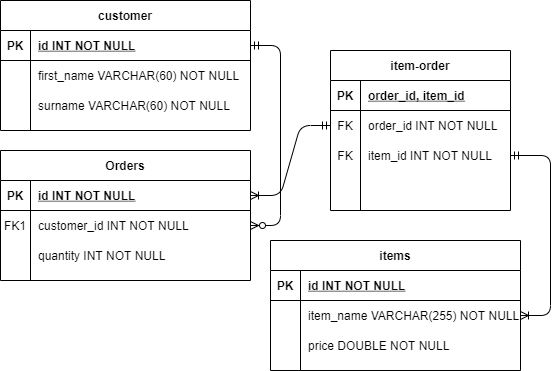
This is documents/ERD.png from cearc-sara/IMSproject, a draw.io export, as it was before one commit. Source tidied: cells renumbered, new cells last; positions are measured from the earlier drawing's top-left corner, leaving out a move shared by most shapes. The source it was exported from:
```xml
<mxGraphModel>
  <root>
    <mxCell id="0" />
    <mxCell id="1" parent="0" />
    <mxCell id="2" style="edgeStyle=entityRelationEdgeStyle;endArrow=ERzeroToMany;startArrow=ERmandOne;endFill=1;startFill=0;" parent="1" edge="1" source="25" target="8">
      <mxGeometry relative="1" as="geometry" />
    </mxCell>
    <mxCell id="3" style="edgeStyle=entityRelationEdgeStyle;endArrow=ERoneToMany;startArrow=ERmandOne;endFill=1;startFill=0;exitX=1;exitY=0.5;exitDx=0;exitDy=0;" parent="1" edge="1" source="41" target="18">
      <mxGeometry relative="1" as="geometry" />
    </mxCell>
    <mxCell id="4" value="Orders" style="shape=table;startSize=30;rowLines=0;fontStyle=1;align=center;" parent="1" vertex="1">
      <mxGeometry y="150" width="250" height="130" as="geometry" />
    </mxCell>
    <mxCell id="5" style="shape=partialRectangle;fillColor=none;points=[[0,0.5],[1,0.5]];portConstraint=eastwest;top=0;left=0;right=0;bottom=1;" parent="4" vertex="1">
      <mxGeometry y="30" width="250" height="30" as="geometry" />
    </mxCell>
    <mxCell id="6" value="PK" style="shape=partialRectangle;overflow=hidden;fillColor=none;top=0;left=0;bottom=0;right=0;fontStyle=1;" parent="5" vertex="1">
      <mxGeometry width="30" height="30" as="geometry" />
    </mxCell>
    <mxCell id="7" value="id INT NOT NULL " style="shape=partialRectangle;overflow=hidden;fillColor=none;top=0;left=0;bottom=0;right=0;align=left;spacingLeft=6;fontStyle=5;" parent="5" vertex="1">
      <mxGeometry x="30" width="220" height="30" as="geometry" />
    </mxCell>
    <mxCell id="8" style="shape=partialRectangle;fillColor=none;points=[[0,0.5],[1,0.5]];portConstraint=eastwest;top=0;left=0;right=0;bottom=0;" parent="4" vertex="1">
      <mxGeometry y="60" width="250" height="30" as="geometry" />
    </mxCell>
    <mxCell id="9" value="FK1" style="shape=partialRectangle;overflow=hidden;fillColor=none;top=0;left=0;bottom=0;right=0;" parent="8" vertex="1">
      <mxGeometry width="30" height="30" as="geometry" />
    </mxCell>
    <mxCell id="10" value="customer_id INT NOT NULL" style="shape=partialRectangle;overflow=hidden;fillColor=none;top=0;left=0;bottom=0;right=0;align=left;spacingLeft=6;" parent="8" vertex="1">
      <mxGeometry x="30" width="220" height="30" as="geometry" />
    </mxCell>
    <mxCell id="11" style="shape=partialRectangle;fillColor=none;top=0;left=0;right=0;bottom=0;" parent="4" vertex="1">
      <mxGeometry y="90" width="250" height="30" as="geometry" />
    </mxCell>
    <mxCell id="12" style="shape=partialRectangle;overflow=hidden;fillColor=none;top=0;left=0;bottom=0;right=0;" parent="11" vertex="1">
      <mxGeometry width="30" height="30" as="geometry" />
    </mxCell>
    <mxCell id="13" value="quantity INT NOT NULL" style="shape=partialRectangle;overflow=hidden;fillColor=none;top=0;left=0;bottom=0;right=0;align=left;spacingLeft=6;" parent="11" vertex="1">
      <mxGeometry x="30" width="220" height="30" as="geometry" />
    </mxCell>
    <mxCell id="14" value="items" style="shape=table;startSize=30;rowLines=0;fontStyle=1;align=center;" parent="1" vertex="1">
      <mxGeometry x="270" y="240" width="250" height="130" as="geometry" />
    </mxCell>
    <mxCell id="15" style="shape=partialRectangle;fillColor=none;top=0;left=0;right=0;bottom=1;" parent="14" vertex="1">
      <mxGeometry y="30" width="250" height="30" as="geometry" />
    </mxCell>
    <mxCell id="16" value="PK" style="shape=partialRectangle;overflow=hidden;fillColor=none;top=0;left=0;bottom=0;right=0;fontStyle=1;" parent="15" vertex="1">
      <mxGeometry width="30" height="30" as="geometry" />
    </mxCell>
    <mxCell id="17" value="id INT NOT NULL " style="shape=partialRectangle;overflow=hidden;fillColor=none;top=0;left=0;bottom=0;right=0;align=left;spacingLeft=6;fontStyle=5;" parent="15" vertex="1">
      <mxGeometry x="30" width="220" height="30" as="geometry" />
    </mxCell>
    <mxCell id="18" style="shape=partialRectangle;fillColor=none;points=[[0,0.5],[1,0.5]];portConstraint=eastwest;top=0;left=0;right=0;bottom=0;" parent="14" vertex="1">
      <mxGeometry y="60" width="250" height="30" as="geometry" />
    </mxCell>
    <mxCell id="19" style="shape=partialRectangle;overflow=hidden;fillColor=none;top=0;left=0;bottom=0;right=0;" parent="18" vertex="1">
      <mxGeometry width="30" height="30" as="geometry" />
    </mxCell>
    <mxCell id="20" value="item_name VARCHAR(255) NOT NULL" style="shape=partialRectangle;overflow=hidden;fillColor=none;top=0;left=0;bottom=0;right=0;align=left;spacingLeft=6;" parent="18" vertex="1">
      <mxGeometry x="30" width="220" height="30" as="geometry" />
    </mxCell>
    <mxCell id="21" style="shape=partialRectangle;fillColor=none;top=0;left=0;right=0;bottom=0;" parent="14" vertex="1">
      <mxGeometry y="90" width="250" height="30" as="geometry" />
    </mxCell>
    <mxCell id="22" style="shape=partialRectangle;overflow=hidden;fillColor=none;top=0;left=0;bottom=0;right=0;" parent="21" vertex="1">
      <mxGeometry width="30" height="30" as="geometry" />
    </mxCell>
    <mxCell id="23" value="price DOUBLE NOT NULL" style="shape=partialRectangle;overflow=hidden;fillColor=none;top=0;left=0;bottom=0;right=0;align=left;spacingLeft=6;" parent="21" vertex="1">
      <mxGeometry x="30" width="220" height="30" as="geometry" />
    </mxCell>
    <mxCell id="24" value="customer" style="shape=table;startSize=30;rowLines=0;fontStyle=1;align=center;" parent="1" vertex="1">
      <mxGeometry width="250" height="130" as="geometry" />
    </mxCell>
    <mxCell id="25" style="shape=partialRectangle;fillColor=none;points=[[0,0.5],[1,0.5]];portConstraint=eastwest;top=0;left=0;right=0;bottom=1;" parent="24" vertex="1">
      <mxGeometry y="30" width="250" height="30" as="geometry" />
    </mxCell>
    <mxCell id="26" value="PK" style="shape=partialRectangle;overflow=hidden;fillColor=none;top=0;left=0;bottom=0;right=0;fontStyle=1;" parent="25" vertex="1">
      <mxGeometry width="30" height="30" as="geometry" />
    </mxCell>
    <mxCell id="27" value="id INT NOT NULL " style="shape=partialRectangle;overflow=hidden;fillColor=none;top=0;left=0;bottom=0;right=0;align=left;spacingLeft=6;fontStyle=5;" parent="25" vertex="1">
      <mxGeometry x="30" width="220" height="30" as="geometry" />
    </mxCell>
    <mxCell id="28" style="shape=partialRectangle;fillColor=none;top=0;left=0;right=0;bottom=0;" parent="24" vertex="1">
      <mxGeometry y="60" width="250" height="30" as="geometry" />
    </mxCell>
    <mxCell id="29" style="shape=partialRectangle;overflow=hidden;fillColor=none;top=0;left=0;bottom=0;right=0;" parent="28" vertex="1">
      <mxGeometry width="30" height="30" as="geometry" />
    </mxCell>
    <mxCell id="30" value="first_name VARCHAR(60) NOT NULL" style="shape=partialRectangle;overflow=hidden;fillColor=none;top=0;left=0;bottom=0;right=0;align=left;spacingLeft=6;" parent="28" vertex="1">
      <mxGeometry x="30" width="220" height="30" as="geometry" />
    </mxCell>
    <mxCell id="31" style="shape=partialRectangle;fillColor=none;top=0;left=0;right=0;bottom=0;" parent="24" vertex="1">
      <mxGeometry y="90" width="250" height="30" as="geometry" />
    </mxCell>
    <mxCell id="32" style="shape=partialRectangle;overflow=hidden;fillColor=none;top=0;left=0;bottom=0;right=0;" parent="31" vertex="1">
      <mxGeometry width="30" height="30" as="geometry" />
    </mxCell>
    <mxCell id="33" value="surname VARCHAR(60) NOT NULL" style="shape=partialRectangle;overflow=hidden;fillColor=none;top=0;left=0;bottom=0;right=0;align=left;spacingLeft=6;" parent="31" vertex="1">
      <mxGeometry x="30" width="220" height="30" as="geometry" />
    </mxCell>
    <mxCell id="34" value="item-order" style="shape=table;startSize=30;rowLines=0;fontStyle=1;align=center;" parent="1" vertex="1">
      <mxGeometry x="330" y="50" width="180" height="160" as="geometry" />
    </mxCell>
    <mxCell id="35" style="shape=partialRectangle;fillColor=none;top=0;left=0;bottom=1;right=0;" parent="34" vertex="1">
      <mxGeometry y="30" width="180" height="30" as="geometry" />
    </mxCell>
    <mxCell id="36" value="PK" style="shape=partialRectangle;fillColor=none;top=0;left=0;bottom=0;right=0;fontStyle=1;overflow=hidden;" parent="35" vertex="1">
      <mxGeometry width="30" height="30" as="geometry" />
    </mxCell>
    <mxCell id="37" value="order_id, item_id" style="shape=partialRectangle;fillColor=none;top=0;left=0;bottom=0;right=0;align=left;spacingLeft=6;fontStyle=5;overflow=hidden;" parent="35" vertex="1">
      <mxGeometry x="30" width="150" height="30" as="geometry" />
    </mxCell>
    <mxCell id="38" style="shape=partialRectangle;fillColor=none;top=0;left=0;bottom=0;right=0;points=[[0,0.5],[1,0.5]];portConstraint=eastwest;" parent="34" vertex="1">
      <mxGeometry y="60" width="180" height="30" as="geometry" />
    </mxCell>
    <mxCell id="39" value="FK" style="shape=partialRectangle;fillColor=none;top=0;left=0;bottom=0;right=0;overflow=hidden;" parent="38" vertex="1">
      <mxGeometry width="30" height="30" as="geometry" />
    </mxCell>
    <mxCell id="40" value="order_id INT NOT NULL" style="shape=partialRectangle;fillColor=none;top=0;left=0;bottom=0;right=0;align=left;spacingLeft=6;overflow=hidden;" parent="38" vertex="1">
      <mxGeometry x="30" width="150" height="30" as="geometry" />
    </mxCell>
    <mxCell id="41" style="shape=partialRectangle;fillColor=none;top=0;left=0;bottom=0;right=0;points=[[0,0.5],[1,0.5]];portConstraint=eastwest;" parent="34" vertex="1">
      <mxGeometry y="90" width="180" height="30" as="geometry" />
    </mxCell>
    <mxCell id="42" value="FK" style="shape=partialRectangle;fillColor=none;top=0;left=0;bottom=0;right=0;overflow=hidden;" parent="41" vertex="1">
      <mxGeometry width="30" height="30" as="geometry" />
    </mxCell>
    <mxCell id="43" value="item_id INT NOT NULL" style="shape=partialRectangle;fillColor=none;top=0;left=0;bottom=0;right=0;align=left;spacingLeft=6;overflow=hidden;" parent="41" vertex="1">
      <mxGeometry x="30" width="150" height="30" as="geometry" />
    </mxCell>
    <mxCell id="44" style="shape=partialRectangle;fillColor=none;top=0;left=0;bottom=0;right=0;" parent="34" vertex="1">
      <mxGeometry y="120" width="180" height="30" as="geometry" />
    </mxCell>
    <mxCell id="45" style="shape=partialRectangle;fillColor=none;top=0;left=0;bottom=0;right=0;overflow=hidden;" parent="44" vertex="1">
      <mxGeometry width="30" height="30" as="geometry" />
    </mxCell>
    <mxCell id="46" style="shape=partialRectangle;fillColor=none;top=0;left=0;bottom=0;right=0;align=left;spacingLeft=6;overflow=hidden;" parent="44" vertex="1">
      <mxGeometry x="30" width="150" height="30" as="geometry" />
    </mxCell>
    <mxCell id="47" style="edgeStyle=entityRelationEdgeStyle;fontSize=12;html=1;endArrow=ERoneToMany;startArrow=ERmandOne;entryX=1;entryY=0.5;entryDx=0;entryDy=0;exitX=0;exitY=0.5;exitDx=0;exitDy=0;" parent="1" edge="1" source="38" target="5">
      <mxGeometry relative="1" as="geometry" />
    </mxCell>
  </root>
</mxGraphModel>
```
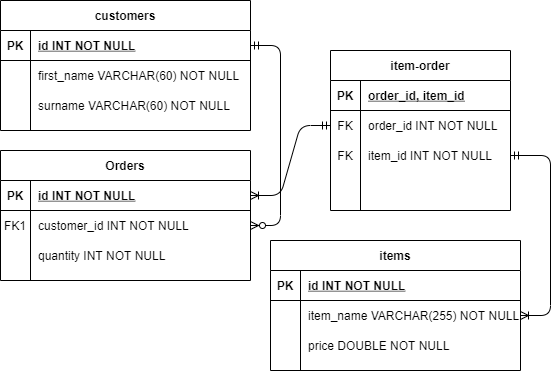
Later version of the same file.

Commit message:
SC: changed ERD to reflect customers table

Diff of the diagram source:
```diff
@@ -68,7 +68,7 @@
     <mxCell id="23" value="price DOUBLE NOT NULL" style="shape=partialRectangle;overflow=hidden;fillColor=none;top=0;left=0;bottom=0;right=0;align=left;spacingLeft=6;" parent="21" vertex="1">
       <mxGeometry x="30" width="220" height="30" as="geometry" />
     </mxCell>
-    <mxCell id="24" value="customer" style="shape=table;startSize=30;rowLines=0;fontStyle=1;align=center;" parent="1" vertex="1">
+    <mxCell id="24" value="customers" style="shape=table;startSize=30;rowLines=0;fontStyle=1;align=center;" parent="1" vertex="1">
       <mxGeometry width="250" height="130" as="geometry" />
     </mxCell>
     <mxCell id="25" style="shape=partialRectangle;fillColor=none;points=[[0,0.5],[1,0.5]];portConstraint=eastwest;top=0;left=0;right=0;bottom=1;" parent="24" vertex="1">
```
